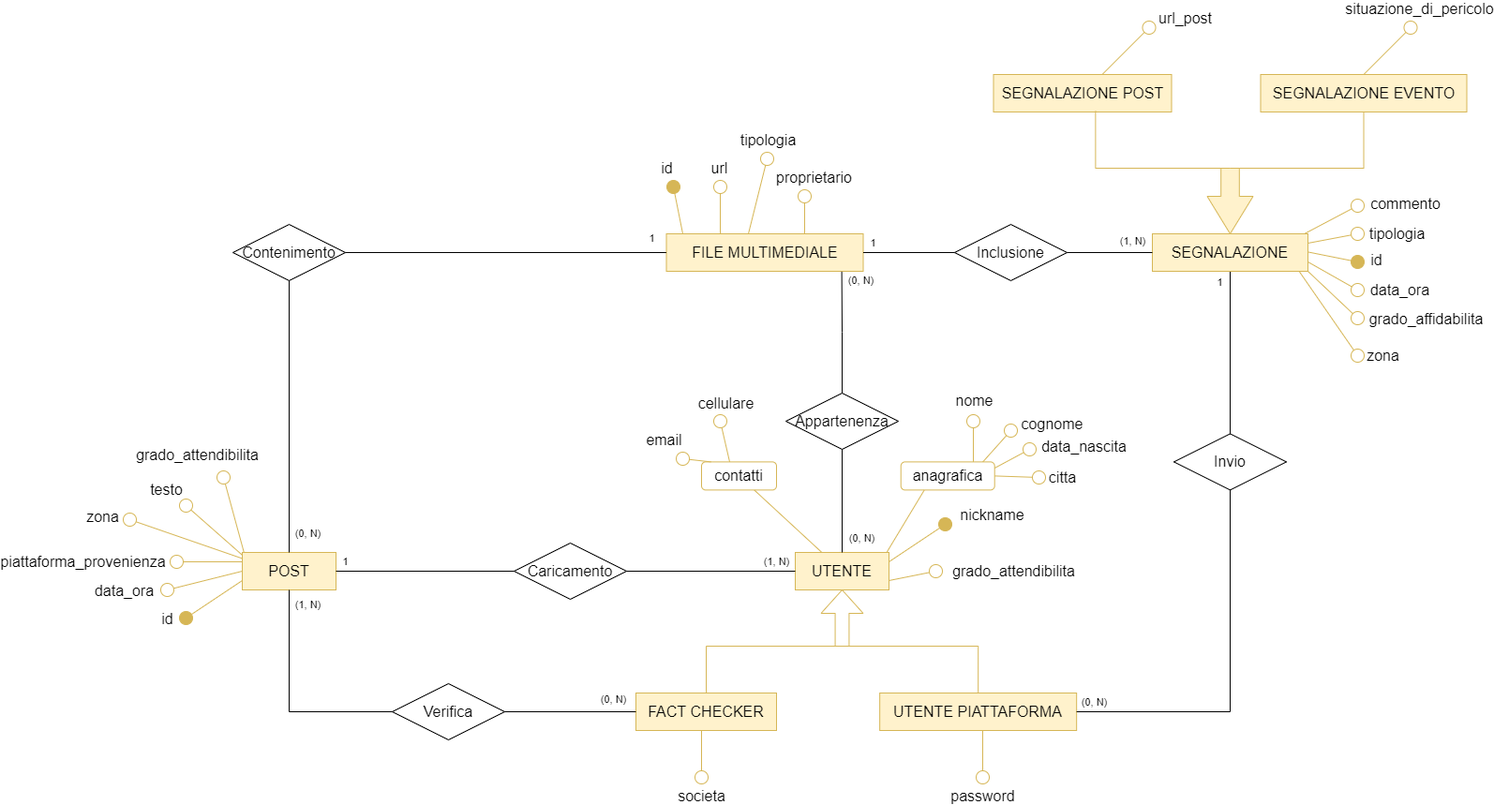
faffolao/ProgettoBD2022 keeps this draw.io diagram as diagrammi e-r/Diag. Social network.png. Above is the earlier version. Source tidied: cells renumbered, new cells last; positions are measured from the earlier drawing's top-left corner, leaving out a move shared by most shapes.
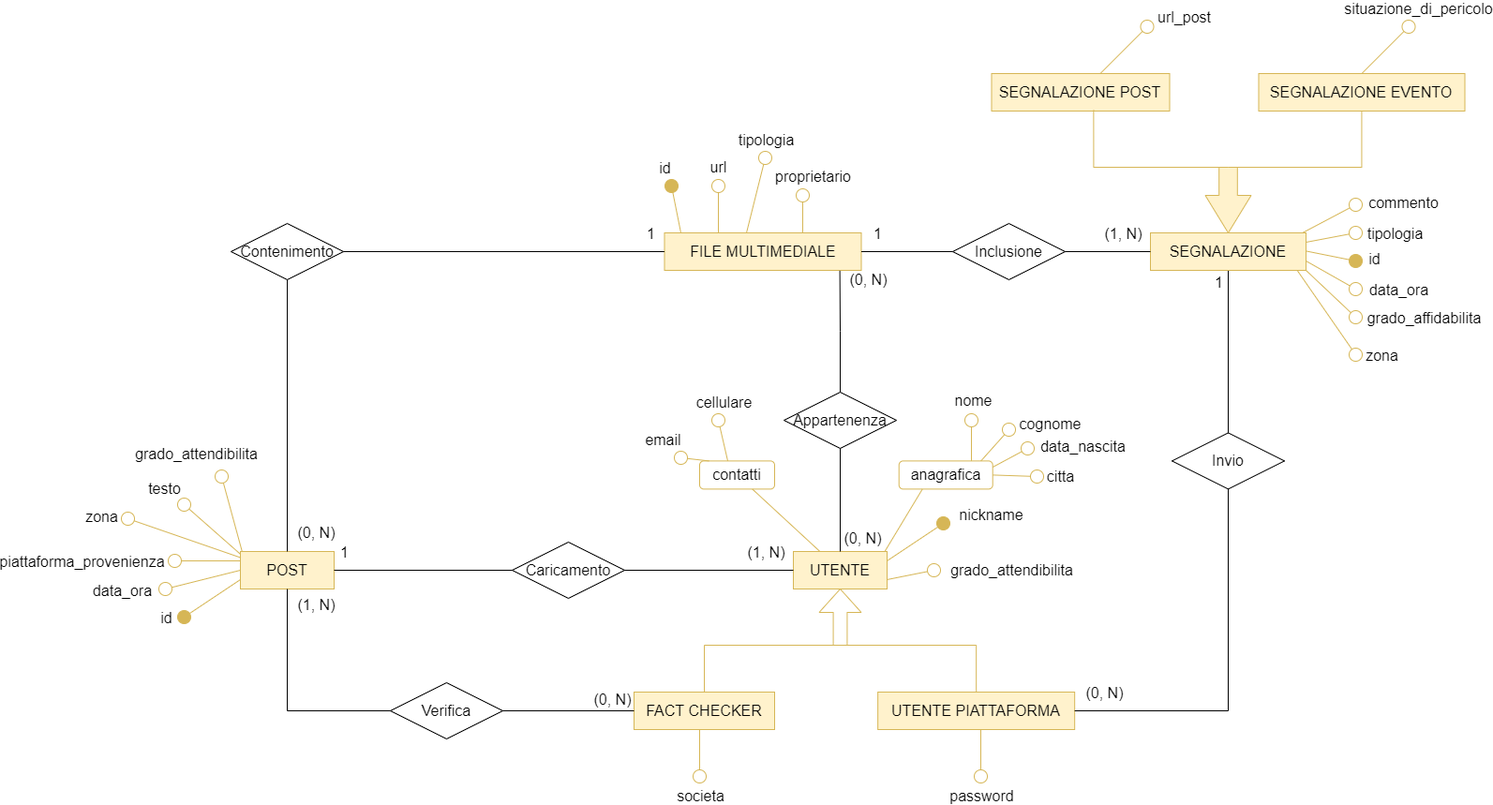
The same diagram one commit later.

Commit message:
aggiunta diagramma e-r completo e modifica diag. socialnetwork

Change to the diagram source:
```diff
@@ -150,17 +150,17 @@
     <mxCell id="32" style="edgeStyle=orthogonalEdgeStyle;rounded=0;jettySize=auto;html=1;strokeColor=default;strokeWidth=1;fontSize=12;startArrow=none;startFill=0;endArrow=none;endFill=0;startSize=14;endSize=14;" parent="1" edge="1" source="36" target="10">
       <mxGeometry relative="1" as="geometry" />
     </mxCell>
-    <mxCell id="33" value="(1, N)" style="edgeLabel;html=1;align=center;verticalAlign=middle;" parent="32" vertex="1">
+    <mxCell id="33" value="(1, N)" style="edgeLabel;html=1;align=center;verticalAlign=middle;fontSize=16;" parent="32" vertex="1">
       <mxGeometry x="0.78" y="-1" relative="1" as="geometry">
-        <mxPoint y="-11" as="offset" />
+        <mxPoint x="-10" y="-21" as="offset" />
       </mxGeometry>
     </mxCell>
     <mxCell id="34" style="edgeStyle=orthogonalEdgeStyle;rounded=0;jettySize=auto;html=1;strokeColor=default;strokeWidth=1;fontSize=12;startArrow=none;startFill=0;endArrow=none;endFill=0;startSize=14;endSize=14;" parent="1" edge="1" source="36" target="31">
       <mxGeometry relative="1" as="geometry" />
     </mxCell>
-    <mxCell id="35" value="1" style="edgeLabel;html=1;align=center;verticalAlign=middle;" parent="34" vertex="1">
+    <mxCell id="35" value="1" style="edgeLabel;html=1;align=center;verticalAlign=middle;fontSize=16;" parent="34" vertex="1">
       <mxGeometry x="0.83" y="-1" relative="1" as="geometry">
-        <mxPoint x="-7" y="-9" as="offset" />
+        <mxPoint x="-7" y="-19" as="offset" />
       </mxGeometry>
     </mxCell>
     <mxCell id="36" value="Caricamento" style="shape=rhombus;perimeter=rhombusPerimeter;whiteSpace=wrap;html=1;align=center;fontSize=16;fillColor=none;" parent="1" vertex="1">
@@ -229,15 +229,15 @@
     <mxCell id="49" style="edgeStyle=orthogonalEdgeStyle;rounded=0;jettySize=auto;html=1;strokeColor=default;strokeWidth=1;fontSize=12;startArrow=none;startFill=0;endArrow=none;endFill=0;startSize=14;endSize=14;" parent="1" edge="1" source="53" target="31">
       <mxGeometry relative="1" as="geometry" />
     </mxCell>
-    <mxCell id="50" value="(1, N)" style="edgeLabel;html=1;align=center;verticalAlign=middle;" parent="49" vertex="1">
+    <mxCell id="50" value="(1, N)" style="edgeLabel;html=1;align=center;verticalAlign=middle;fontSize=16;" parent="49" vertex="1">
       <mxGeometry x="0.89" y="1" relative="1" as="geometry">
-        <mxPoint x="21" y="3" as="offset" />
+        <mxPoint x="31" y="3" as="offset" />
       </mxGeometry>
     </mxCell>
     <mxCell id="51" style="edgeStyle=orthogonalEdgeStyle;rounded=0;jettySize=auto;html=1;strokeColor=default;strokeWidth=1;fontSize=12;startArrow=none;startFill=0;endArrow=none;endFill=0;startSize=14;endSize=14;" parent="1" edge="1" source="53" target="4">
       <mxGeometry relative="1" as="geometry" />
     </mxCell>
-    <mxCell id="52" value="(0, N)" style="edgeLabel;html=1;align=center;verticalAlign=middle;" parent="51" vertex="1">
+    <mxCell id="52" value="(0, N)" style="edgeLabel;html=1;align=center;verticalAlign=middle;fontSize=16;" parent="51" vertex="1">
       <mxGeometry x="0.75" relative="1" as="geometry">
         <mxPoint x="-7" y="-13" as="offset" />
       </mxGeometry>
@@ -255,9 +255,9 @@
         </Array>
       </mxGeometry>
     </mxCell>
-    <mxCell id="56" value="(0, N)" style="edgeLabel;html=1;align=center;verticalAlign=middle;" parent="55" vertex="1">
+    <mxCell id="56" value="(0, N)" style="edgeLabel;html=1;align=center;verticalAlign=middle;fontSize=16;" parent="55" vertex="1">
       <mxGeometry x="0.91" y="1" relative="1" as="geometry">
-        <mxPoint y="-11" as="offset" />
+        <mxPoint x="12" y="-21" as="offset" />
       </mxGeometry>
     </mxCell>
     <mxCell id="57" value="Invio" style="shape=rhombus;perimeter=rhombusPerimeter;whiteSpace=wrap;html=1;align=center;fontSize=16;fillColor=none;" parent="1" vertex="1">
@@ -266,7 +266,7 @@
     <mxCell id="58" style="edgeStyle=orthogonalEdgeStyle;rounded=0;jettySize=auto;html=1;strokeColor=default;strokeWidth=1;fontSize=12;startArrow=none;startFill=0;endArrow=none;endFill=0;startSize=14;endSize=14;" parent="1" edge="1" source="60" target="57">
       <mxGeometry relative="1" as="geometry" />
     </mxCell>
-    <mxCell id="59" value="1" style="edgeLabel;html=1;align=center;verticalAlign=middle;" parent="58" vertex="1">
+    <mxCell id="59" value="1" style="edgeLabel;html=1;align=center;verticalAlign=middle;fontSize=16;" parent="58" vertex="1">
       <mxGeometry x="-0.77" y="1" relative="1" as="geometry">
         <mxPoint x="-12" y="-8" as="offset" />
       </mxGeometry>
@@ -383,17 +383,17 @@
     <mxCell id="82" style="edgeStyle=orthogonalEdgeStyle;rounded=0;jettySize=auto;html=1;strokeColor=default;strokeWidth=1;fontSize=12;startArrow=none;startFill=0;endArrow=none;endFill=0;startSize=14;endSize=14;" parent="1" edge="1" source="86" target="81">
       <mxGeometry relative="1" as="geometry" />
     </mxCell>
-    <mxCell id="83" value="1" style="edgeLabel;html=1;align=center;verticalAlign=middle;" parent="82" vertex="1">
+    <mxCell id="83" value="1" style="edgeLabel;html=1;align=center;verticalAlign=middle;fontSize=16;" parent="82" vertex="1">
       <mxGeometry x="-0.77" y="1" relative="1" as="geometry">
-        <mxPoint x="-76" y="-11" as="offset" />
+        <mxPoint x="-69" y="-21" as="offset" />
       </mxGeometry>
     </mxCell>
     <mxCell id="84" style="edgeStyle=orthogonalEdgeStyle;rounded=0;jettySize=auto;html=1;strokeColor=default;strokeWidth=1;fontSize=12;startArrow=none;startFill=0;endArrow=none;endFill=0;startSize=14;endSize=14;" parent="1" edge="1" source="86" target="60">
       <mxGeometry relative="1" as="geometry" />
     </mxCell>
-    <mxCell id="85" value="(1, N)" style="edgeLabel;html=1;align=center;verticalAlign=middle;" parent="84" vertex="1">
+    <mxCell id="85" value="(1, N)" style="edgeLabel;html=1;align=center;verticalAlign=middle;fontSize=16;" parent="84" vertex="1">
       <mxGeometry x="0.69" relative="1" as="geometry">
-        <mxPoint x="-7" y="-12" as="offset" />
+        <mxPoint x="-16" y="-20" as="offset" />
       </mxGeometry>
     </mxCell>
     <mxCell id="86" value="Inclusione" style="shape=rhombus;perimeter=rhombusPerimeter;whiteSpace=wrap;html=1;align=center;fontSize=16;fillColor=none;" parent="1" vertex="1">
@@ -446,17 +446,17 @@
     <mxCell id="95" style="edgeStyle=orthogonalEdgeStyle;rounded=0;jettySize=auto;html=1;strokeColor=default;strokeWidth=1;fontSize=12;startArrow=none;startFill=0;endArrow=none;endFill=0;startSize=14;endSize=14;" parent="1" edge="1" source="99" target="31">
       <mxGeometry relative="1" as="geometry" />
     </mxCell>
-    <mxCell id="96" value="(0, N)" style="edgeLabel;html=1;align=center;verticalAlign=middle;" parent="95" vertex="1">
+    <mxCell id="96" value="(0, N)" style="edgeLabel;html=1;align=center;verticalAlign=middle;fontSize=16;" parent="95" vertex="1">
       <mxGeometry x="0.89" y="-1" relative="1" as="geometry">
-        <mxPoint x="21" y="-5" as="offset" />
+        <mxPoint x="31" y="-5" as="offset" />
       </mxGeometry>
     </mxCell>
     <mxCell id="97" style="edgeStyle=orthogonalEdgeStyle;rounded=0;jettySize=auto;html=1;strokeColor=default;strokeWidth=1;fontSize=12;startArrow=none;startFill=0;endArrow=none;endFill=0;startSize=14;endSize=14;" parent="1" edge="1" source="99" target="81">
       <mxGeometry relative="1" as="geometry" />
     </mxCell>
-    <mxCell id="98" value="1" style="edgeLabel;html=1;align=center;verticalAlign=middle;" parent="97" vertex="1">
+    <mxCell id="98" value="1" style="edgeLabel;html=1;align=center;verticalAlign=middle;fontSize=16;" parent="97" vertex="1">
       <mxGeometry x="0.91" y="1" relative="1" as="geometry">
-        <mxPoint y="-14" as="offset" />
+        <mxPoint y="-19" as="offset" />
       </mxGeometry>
     </mxCell>
     <mxCell id="99" value="Contenimento" style="shape=rhombus;perimeter=rhombusPerimeter;whiteSpace=wrap;html=1;align=center;fontSize=16;fillColor=none;" parent="1" vertex="1">
@@ -465,17 +465,17 @@
     <mxCell id="100" style="edgeStyle=orthogonalEdgeStyle;rounded=0;jettySize=auto;html=1;entryX=0.891;entryY=1.011;entryDx=0;entryDy=0;entryPerimeter=0;strokeColor=default;strokeWidth=1;fontSize=12;startArrow=none;startFill=0;endArrow=none;endFill=0;startSize=14;endSize=14;" parent="1" edge="1" source="104" target="81">
       <mxGeometry relative="1" as="geometry" />
     </mxCell>
-    <mxCell id="101" value="(0, N)" style="edgeLabel;html=1;align=center;verticalAlign=middle;" parent="100" vertex="1">
+    <mxCell id="101" value="(0, N)" style="edgeLabel;html=1;align=center;verticalAlign=middle;fontSize=16;" parent="100" vertex="1">
       <mxGeometry x="0.73" y="-1" relative="1" as="geometry">
-        <mxPoint x="19" y="-8" as="offset" />
+        <mxPoint x="29" y="-8" as="offset" />
       </mxGeometry>
     </mxCell>
     <mxCell id="102" style="edgeStyle=orthogonalEdgeStyle;rounded=0;jettySize=auto;html=1;strokeColor=default;strokeWidth=1;fontSize=12;startArrow=none;startFill=0;endArrow=none;endFill=0;startSize=14;endSize=14;" parent="1" edge="1" source="104" target="10">
       <mxGeometry relative="1" as="geometry" />
     </mxCell>
-    <mxCell id="103" value="(0, N)" style="edgeLabel;html=1;align=center;verticalAlign=middle;" parent="102" vertex="1">
+    <mxCell id="103" value="(0, N)" style="edgeLabel;html=1;align=center;verticalAlign=middle;fontSize=16;" parent="102" vertex="1">
       <mxGeometry x="0.68" y="-3" relative="1" as="geometry">
-        <mxPoint x="24" y="2" as="offset" />
+        <mxPoint x="26" y="2" as="offset" />
       </mxGeometry>
     </mxCell>
     <mxCell id="104" value="Appartenenza" style="shape=rhombus;perimeter=rhombusPerimeter;whiteSpace=wrap;html=1;align=center;fontSize=16;fillColor=none;" parent="1" vertex="1">
```
